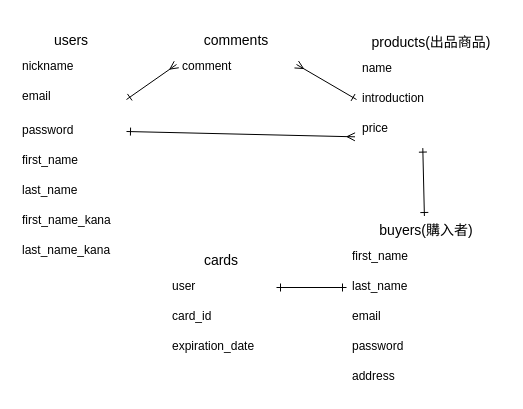
pyonkichimaru/furima-37953 keeps this draw.io diagram as furima-37953.dio. Above is the earlier version. Source tidied: cells renumbered, new cells numbered last; positions are measured from the earlier drawing's top-left corner, leaving out a move shared by most shapes. Both pictures are drawn from the tidied source at 100%, with x=0, y=0 at pixel (16, 26).
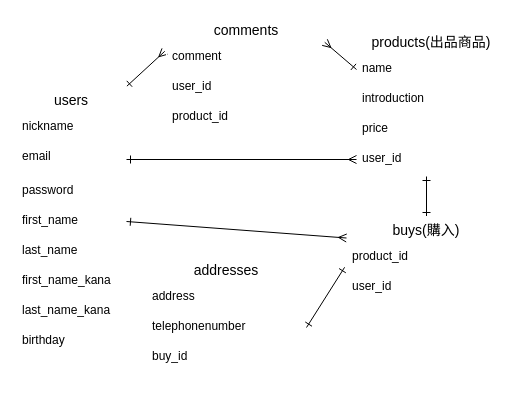
The same diagram, later.

Commit message (it also covers changes not shown here):
ER図とREADMEの修正

Unchanged cells that the change refers to:
```xml
<mxCell id="4" value="email" style="text;strokeColor=none;fillColor=none;spacingLeft=4;spacingRight=4;overflow=hidden;points=[[0,0.5],[1,0.5]];portConstraint=eastwest;fontSize=12;" parent="2" vertex="1">
  <mxGeometry y="56" width="110" height="34" as="geometry" />
</mxCell>
<mxCell id="5" value="password&#10;" style="text;strokeColor=none;fillColor=none;spacingLeft=4;spacingRight=4;overflow=hidden;points=[[0,0.5],[1,0.5]];portConstraint=eastwest;fontSize=12;verticalAlign=top;" parent="2" vertex="1">
  <mxGeometry y="90" width="110" height="30" as="geometry" />
</mxCell>
<mxCell id="6" value="first_name" style="text;strokeColor=none;fillColor=none;spacingLeft=4;spacingRight=4;overflow=hidden;points=[[0,0.5],[1,0.5]];portConstraint=eastwest;fontSize=12;verticalAlign=top;" parent="2" vertex="1">
  <mxGeometry y="120" width="110" height="30" as="geometry" />
</mxCell>
<mxCell id="11" value="name" style="text;strokeColor=none;fillColor=none;spacingLeft=4;spacingRight=4;overflow=hidden;points=[[0,0.5],[1,0.5]];portConstraint=eastwest;fontSize=12;" parent="10" vertex="1">
  <mxGeometry y="26" width="150" height="30" as="geometry" />
</mxCell>
<mxCell id="12" value="introduction" style="text;strokeColor=none;fillColor=none;spacingLeft=4;spacingRight=4;overflow=hidden;points=[[0,0.5],[1,0.5]];portConstraint=eastwest;fontSize=12;" parent="10" vertex="1">
  <mxGeometry y="56" width="150" height="30" as="geometry" />
</mxCell>
<mxCell id="13" value="price" style="text;strokeColor=none;fillColor=none;spacingLeft=4;spacingRight=4;overflow=hidden;points=[[0,0.5],[1,0.5]];portConstraint=eastwest;fontSize=12;" parent="10" vertex="1">
  <mxGeometry y="86" width="150" height="30" as="geometry" />
</mxCell>
```

Change to the diagram source:
```diff
@@
+    <mxCell id="31" style="edgeStyle=none;html=1;exitX=1;exitY=0;exitDx=0;exitDy=0;entryX=-0.011;entryY=0.294;entryDx=0;entryDy=0;entryPerimeter=0;startArrow=ERone;startFill=0;endArrow=ERmany;endFill=0;" parent="1" edge="1" source="2" target="22">
+      <mxGeometry relative="1" as="geometry" />
+    </mxCell>
     <mxCell id="2" value="users" style="swimlane;fontStyle=0;horizontal=1;startSize=26;align=center;fontSize=14;strokeColor=#FFFFFF;" parent="1" vertex="1">
-      <mxGeometry width="110" height="240" as="geometry" />
+      <mxGeometry y="60" width="110" height="270" as="geometry" />
     </mxCell>
@@
+    <mxCell id="32" value="birthday" style="text;strokeColor=none;fillColor=none;spacingLeft=4;spacingRight=4;overflow=hidden;fontSize=12;verticalAlign=top;" parent="2" vertex="1">
+      <mxGeometry y="240" width="110" height="30" as="geometry" />
+    </mxCell>
     <mxCell id="10" value="products(出品商品)" style="swimlane;fontStyle=0;horizontal=1;startSize=26;align=center;fontSize=14;strokeColor=#FFFFFF;" parent="1" vertex="1">
-      <mxGeometry x="340" y="2" width="150" height="116" as="geometry" />
+      <mxGeometry x="340" y="2" width="150" height="146" as="geometry" />
     </mxCell>
@@
+    <mxCell id="33" value="user_id" style="text;strokeColor=none;fillColor=none;spacingLeft=4;spacingRight=4;overflow=hidden;points=[[0,0.5],[1,0.5]];portConstraint=eastwest;fontSize=12;" parent="10" vertex="1">
+      <mxGeometry y="116" width="150" height="30" as="geometry" />
+    </mxCell>
-    <mxCell id="14" style="edgeStyle=none;html=1;entryX=0.442;entryY=1.12;entryDx=0;entryDy=0;entryPerimeter=0;startArrow=ERone;startFill=0;endArrow=ERone;endFill=0;" parent="1" edge="1" source="15" target="13">
-      <mxGeometry relative="1" as="geometry" />
+    <mxCell id="14" style="edgeStyle=none;html=1;startArrow=ERone;startFill=0;endArrow=ERone;endFill=0;" parent="1" edge="1" source="15">
+      <mxGeometry relative="1" as="geometry">
+        <mxPoint x="410" y="150" as="targetPoint" />
+      </mxGeometry>
     </mxCell>
-    <mxCell id="15" value="buyers(購入者)" style="swimlane;fontStyle=0;horizontal=1;startSize=26;align=center;fontSize=14;strokeColor=#FFFFFF;" parent="1" vertex="1">
-      <mxGeometry x="330" y="190" width="160" height="176" as="geometry" />
+    <mxCell id="15" value="buys(購入)" style="swimlane;fontStyle=0;horizontal=1;startSize=26;align=center;fontSize=14;strokeColor=#FFFFFF;" parent="1" vertex="1">
+      <mxGeometry x="330" y="190" width="160" height="86" as="geometry" />
     </mxCell>
-    <mxCell id="16" value="first_name&#10;" style="text;strokeColor=none;fillColor=none;spacingLeft=4;spacingRight=4;overflow=hidden;fontSize=12;" parent="15" vertex="1">
-      <mxGeometry y="26" width="160" height="30" as="geometry" />
-    </mxCell>
-    <mxCell id="17" value="last_name" style="text;strokeColor=none;fillColor=none;spacingLeft=4;spacingRight=4;overflow=hidden;points=[[0,0.5],[1,0.5]];portConstraint=eastwest;fontSize=12;" parent="15" vertex="1">
-      <mxGeometry y="56" width="160" height="30" as="geometry" />
-    </mxCell>
-    <mxCell id="18" value="email" style="text;strokeColor=none;fillColor=none;spacingLeft=4;spacingRight=4;overflow=hidden;fontSize=12;" parent="15" vertex="1">
-      <mxGeometry y="86" width="160" height="30" as="geometry" />
-    </mxCell>
-    <mxCell id="19" value="password" style="text;strokeColor=none;fillColor=none;spacingLeft=4;spacingRight=4;overflow=hidden;fontSize=12;" parent="15" vertex="1">
-      <mxGeometry y="116" width="160" height="30" as="geometry" />
-    </mxCell>
+    <mxCell id="34" value="product_id" style="text;strokeColor=none;fillColor=none;spacingLeft=4;spacingRight=4;overflow=hidden;fontSize=12;" parent="15" vertex="1">
+      <mxGeometry y="26" width="160" height="30" as="geometry" />
+    </mxCell>
+    <mxCell id="35" value="user_id" style="text;strokeColor=none;fillColor=none;spacingLeft=4;spacingRight=4;overflow=hidden;fontSize=12;" parent="15" vertex="1">
+      <mxGeometry y="56" width="160" height="30" as="geometry" />
+    </mxCell>
+    <mxCell id="36" value="addresses" style="swimlane;fontStyle=0;horizontal=1;startSize=26;align=center;fontSize=14;strokeColor=#FFFFFF;" parent="1" vertex="1">
+      <mxGeometry x="130" y="230" width="160" height="116" as="geometry" />
+    </mxCell>
-    <mxCell id="20" value="address" style="text;strokeColor=none;fillColor=none;spacingLeft=4;spacingRight=4;overflow=hidden;fontSize=12;" parent="15" vertex="1">
-      <mxGeometry y="146" width="160" height="30" as="geometry" />
+    <mxCell id="20" value="address" style="text;strokeColor=none;fillColor=none;spacingLeft=4;spacingRight=4;overflow=hidden;fontSize=12;" parent="36" vertex="1">
+      <mxGeometry y="26" width="160" height="30" as="geometry" />
     </mxCell>
+    <mxCell id="37" value="telephonenumber" style="text;strokeColor=none;fillColor=none;spacingLeft=4;spacingRight=4;overflow=hidden;points=[[0,0.5],[1,0.5]];portConstraint=eastwest;fontSize=12;" parent="36" vertex="1">
+      <mxGeometry y="56" width="160" height="30" as="geometry" />
+    </mxCell>
+    <mxCell id="38" value="buy_id" style="text;strokeColor=none;fillColor=none;spacingLeft=4;spacingRight=4;overflow=hidden;fontSize=12;" parent="36" vertex="1">
+      <mxGeometry y="86" width="160" height="30" as="geometry" />
+    </mxCell>
+    <mxCell id="39" style="edgeStyle=none;html=1;exitX=1;exitY=0.5;exitDx=0;exitDy=0;entryX=-0.012;entryY=0.828;entryDx=0;entryDy=0;entryPerimeter=0;startArrow=ERone;startFill=0;endArrow=ERone;endFill=0;" parent="1" edge="1" source="37">
+      <mxGeometry relative="1" as="geometry">
+        <mxPoint x="328.1" y="240.8" as="targetPoint" />
+      </mxGeometry>
+    </mxCell>
     <mxCell id="21" value="comments" style="swimlane;fontStyle=0;horizontal=1;startSize=26;align=center;fontSize=14;strokeColor=#FFFFFF;" parent="1" vertex="1">
-      <mxGeometry x="160" width="120" height="50" as="geometry" />
+      <mxGeometry x="150" y="-10" width="160" height="116" as="geometry" />
     </mxCell>
     <mxCell id="22" value="comment" style="text;strokeColor=none;fillColor=none;spacingLeft=4;spacingRight=4;overflow=hidden;points=[[0,0.5],[1,0.5]];portConstraint=eastwest;fontSize=12;" parent="21" vertex="1">
-      <mxGeometry y="26" width="120" height="24" as="geometry" />
+      <mxGeometry y="26" width="160" height="30" as="geometry" />
     </mxCell>
-    <mxCell id="23" value="cards" style="swimlane;fontStyle=0;horizontal=1;startSize=26;align=center;fontSize=14;strokeColor=#FFFFFF;" parent="1" vertex="1">
-      <mxGeometry x="150" y="220" width="110" height="116" as="geometry" />
-    </mxCell>
-    <mxCell id="24" value="user" style="text;strokeColor=none;fillColor=none;spacingLeft=4;spacingRight=4;overflow=hidden;points=[[0,0.5],[1,0.5]];portConstraint=eastwest;fontSize=12;" parent="23" vertex="1">
-      <mxGeometry y="26" width="110" height="30" as="geometry" />
-    </mxCell>
-    <mxCell id="25" value="card_id" style="text;strokeColor=none;fillColor=none;spacingLeft=4;spacingRight=4;overflow=hidden;fontSize=12;" parent="23" vertex="1">
-      <mxGeometry y="56" width="110" height="30" as="geometry" />
-    </mxCell>
-    <mxCell id="26" value="expiration_date" style="text;strokeColor=none;fillColor=none;spacingLeft=4;spacingRight=4;overflow=hidden;fontSize=12;" parent="23" vertex="1">
-      <mxGeometry y="86" width="110" height="30" as="geometry" />
-    </mxCell>
-    <mxCell id="27" style="edgeStyle=none;html=1;exitX=1;exitY=0.5;exitDx=0;exitDy=0;entryX=-0.01;entryY=0.744;entryDx=0;entryDy=0;entryPerimeter=0;endArrow=ERmany;endFill=0;startArrow=ERone;startFill=0;" parent="1" edge="1" source="5" target="13">
-      <mxGeometry relative="1" as="geometry" />
-    </mxCell>
-    <mxCell id="28" style="edgeStyle=none;html=1;exitX=1;exitY=0.5;exitDx=0;exitDy=0;entryX=0;entryY=0.5;entryDx=0;entryDy=0;startArrow=ERone;startFill=0;endArrow=ERmany;endFill=0;" parent="1" edge="1" source="4" target="22">
-      <mxGeometry relative="1" as="geometry" />
-    </mxCell>
-    <mxCell id="29" style="edgeStyle=none;html=1;exitX=1;exitY=0.5;exitDx=0;exitDy=0;entryX=0;entryY=0.5;entryDx=0;entryDy=0;startArrow=ERone;startFill=0;endArrow=ERone;endFill=0;" parent="1" edge="1" source="24" target="17">
-      <mxGeometry relative="1" as="geometry" />
-    </mxCell>
-    <mxCell id="30" style="edgeStyle=none;html=1;exitX=0;exitY=0.5;exitDx=0;exitDy=0;entryX=1;entryY=0.5;entryDx=0;entryDy=0;startArrow=ERone;startFill=0;endArrow=ERmany;endFill=0;" parent="1" edge="1" source="12" target="22">
-      <mxGeometry relative="1" as="geometry" />
-    </mxCell>
+    <mxCell id="40" value="user_id" style="text;strokeColor=none;fillColor=none;spacingLeft=4;spacingRight=4;overflow=hidden;fontSize=12;" parent="21" vertex="1">
+      <mxGeometry y="56" width="160" height="30" as="geometry" />
+    </mxCell>
+    <mxCell id="41" value="product_id" style="text;strokeColor=none;fillColor=none;spacingLeft=4;spacingRight=4;overflow=hidden;fontSize=12;" parent="21" vertex="1">
+      <mxGeometry y="86" width="160" height="30" as="geometry" />
+    </mxCell>
+    <mxCell id="42" style="edgeStyle=none;html=1;exitX=0;exitY=0.5;exitDx=0;exitDy=0;entryX=0.989;entryY=-0.006;entryDx=0;entryDy=0;entryPerimeter=0;startArrow=ERone;startFill=0;endArrow=ERmany;endFill=0;" parent="1" edge="1" source="11" target="22">
+      <mxGeometry relative="1" as="geometry" />
+    </mxCell>
+    <mxCell id="43" style="edgeStyle=none;html=1;exitX=1;exitY=0.5;exitDx=0;exitDy=0;startArrow=ERone;startFill=0;endArrow=ERmany;endFill=0;" parent="1" edge="1" source="4" target="33">
+      <mxGeometry relative="1" as="geometry" />
+    </mxCell>
+    <mxCell id="44" style="edgeStyle=none;html=1;exitX=1;exitY=0.5;exitDx=0;exitDy=0;entryX=0;entryY=0.25;entryDx=0;entryDy=0;startArrow=ERone;startFill=0;endArrow=ERmany;endFill=0;" parent="1" edge="1" source="6" target="15">
+      <mxGeometry relative="1" as="geometry" />
+    </mxCell>
```
